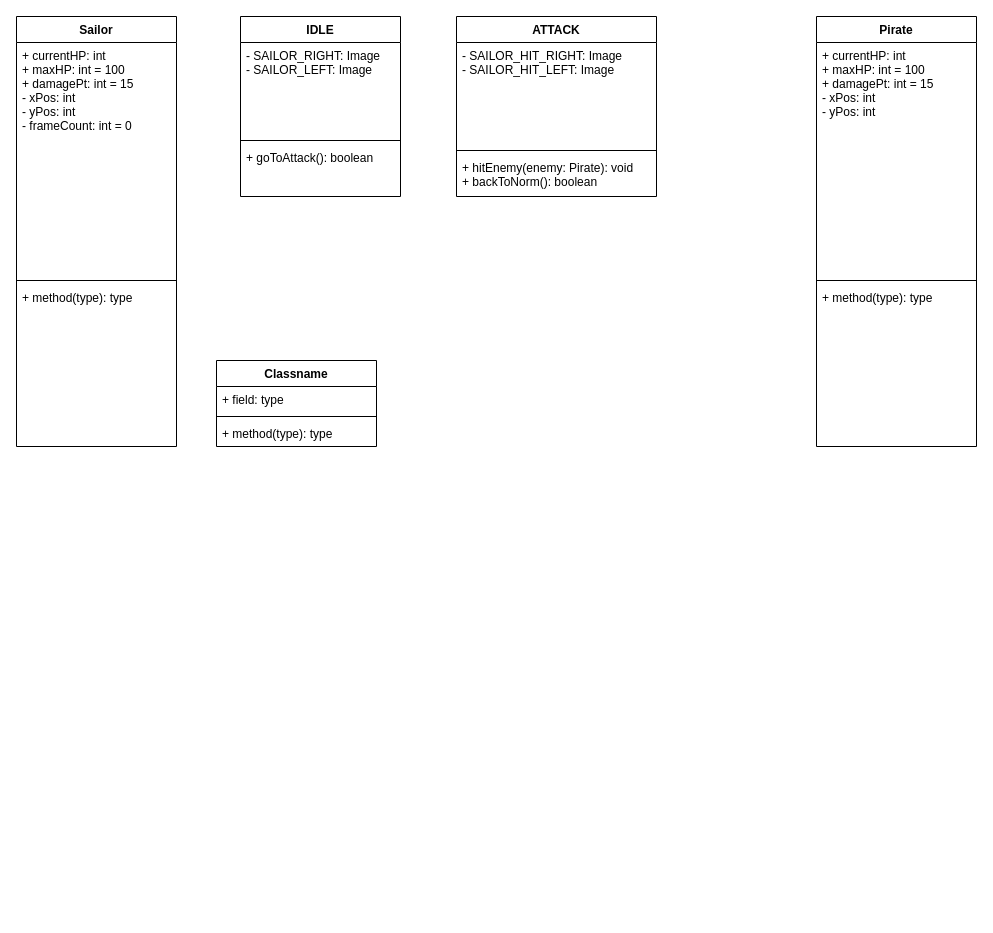
This is Untitled Diagram.drawio from Phikho-caz/Project2, a draw.io file, before an edit. Source tidied: cells renumbered, new cells numbered last; positions are measured from the earlier drawing's top-left corner, leaving out a move shared by most shapes. Both pictures are drawn from the tidied source at 100%, with x=0, y=0 at pixel (16, 16).
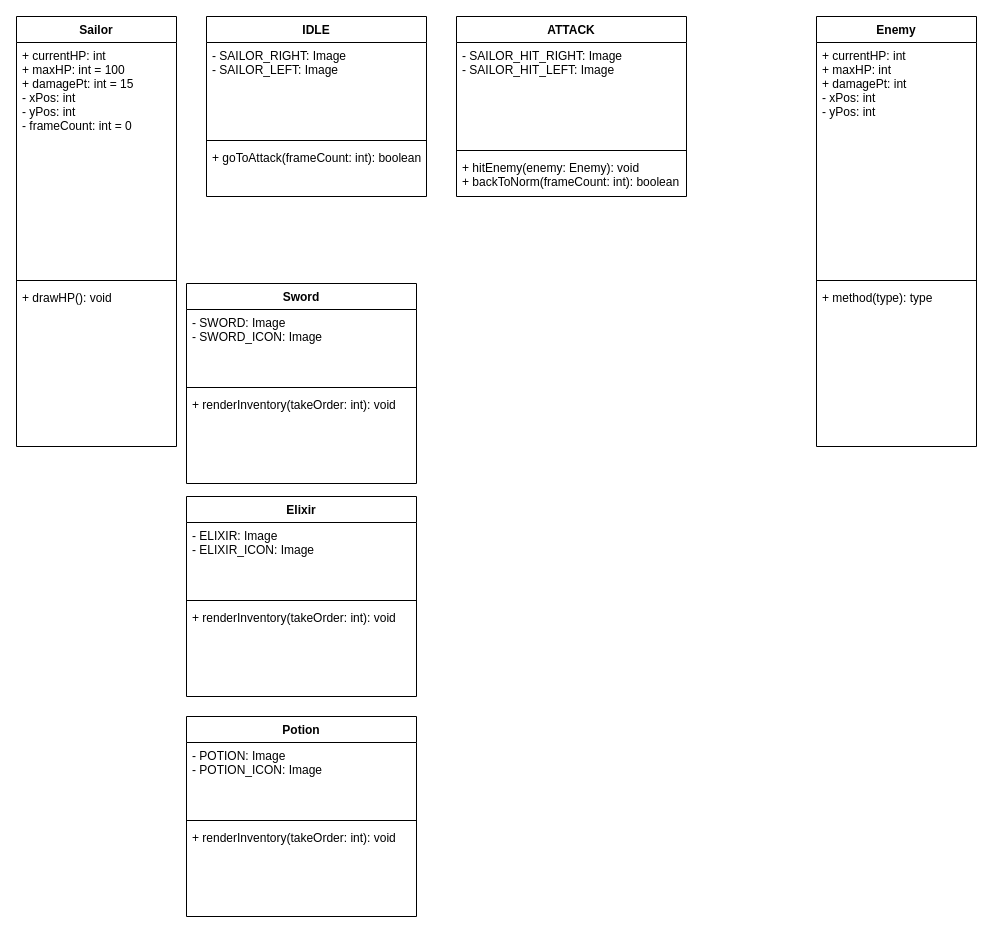
After the change.

Commit message:
Finished Sailor and inventories

The change refers to these unchanged cells:
```xml
<mxCell id="2" value="Sailor&#10;&#10;" style="swimlane;fontStyle=1;align=center;verticalAlign=top;horizontal=1;startSize=26;" parent="1" vertex="1">
  <mxGeometry width="160" height="430" as="geometry" />
</mxCell>
```

Diff of the diagram source:
```diff
@@
-    <mxCell id="5" value="+ method(type): type" style="text;strokeColor=none;fillColor=none;align=left;verticalAlign=top;spacingLeft=4;spacingRight=4;overflow=hidden;" parent="2" vertex="1">
+    <mxCell id="5" value="+ drawHP(): void" style="text;strokeColor=none;fillColor=none;align=left;verticalAlign=top;spacingLeft=4;spacingRight=4;overflow=hidden;" parent="2" vertex="1">
       <mxGeometry y="268" width="160" height="162" as="geometry" />
     </mxCell>
     <mxCell id="6" value="IDLE" style="swimlane;fontStyle=1;align=center;verticalAlign=top;horizontal=1;startSize=26;" parent="1" vertex="1">
-      <mxGeometry x="224" width="160" height="180" as="geometry" />
+      <mxGeometry x="190" width="220" height="180" as="geometry" />
     </mxCell>
     <mxCell id="7" value="- SAILOR_RIGHT: Image&#10;- SAILOR_LEFT: Image&#10;" style="text;strokeColor=none;fillColor=none;align=left;verticalAlign=top;spacingLeft=4;spacingRight=4;overflow=hidden;" parent="6" vertex="1">
-      <mxGeometry y="26" width="160" height="94" as="geometry" />
+      <mxGeometry y="26" width="220" height="94" as="geometry" />
     </mxCell>
     <mxCell id="8" style="line;strokeWidth=1;fillColor=none;align=left;verticalAlign=middle;spacingTop=-1;spacingLeft=3;spacingRight=3;labelPosition=right;" parent="6" vertex="1">
-      <mxGeometry y="120" width="160" height="8" as="geometry" />
+      <mxGeometry y="120" width="220" height="8" as="geometry" />
     </mxCell>
-    <mxCell id="9" value="+ goToAttack(): boolean" style="text;strokeColor=none;fillColor=none;align=left;verticalAlign=top;spacingLeft=4;spacingRight=4;overflow=hidden;" parent="6" vertex="1">
-      <mxGeometry y="128" width="160" height="52" as="geometry" />
+    <mxCell id="9" value="+ goToAttack(frameCount: int): boolean" style="text;strokeColor=none;fillColor=none;align=left;verticalAlign=top;spacingLeft=4;spacingRight=4;overflow=hidden;" parent="6" vertex="1">
+      <mxGeometry y="128" width="220" height="52" as="geometry" />
     </mxCell>
-    <mxCell id="10" value="Classname" style="swimlane;fontStyle=1;align=center;verticalAlign=top;horizontal=1;startSize=26;" parent="1" vertex="1">
-      <mxGeometry x="200" y="344" width="160" height="86" as="geometry" />
+    <mxCell id="10" value="Sword" style="swimlane;fontStyle=1;align=center;verticalAlign=top;horizontal=1;startSize=26;" parent="1" vertex="1">
+      <mxGeometry x="170" y="267" width="230" height="200" as="geometry" />
     </mxCell>
-    <mxCell id="11" value="+ field: type" style="text;strokeColor=none;fillColor=none;align=left;verticalAlign=top;spacingLeft=4;spacingRight=4;overflow=hidden;" parent="10" vertex="1">
-      <mxGeometry y="26" width="160" height="26" as="geometry" />
+    <mxCell id="11" value="- SWORD: Image&#10;- SWORD_ICON: Image" style="text;strokeColor=none;fillColor=none;align=left;verticalAlign=top;spacingLeft=4;spacingRight=4;overflow=hidden;" parent="10" vertex="1">
+      <mxGeometry y="26" width="230" height="74" as="geometry" />
     </mxCell>
     <mxCell id="12" style="line;strokeWidth=1;fillColor=none;align=left;verticalAlign=middle;spacingTop=-1;spacingLeft=3;spacingRight=3;labelPosition=right;" parent="10" vertex="1">
-      <mxGeometry y="52" width="160" height="8" as="geometry" />
+      <mxGeometry y="100" width="230" height="8" as="geometry" />
     </mxCell>
-    <mxCell id="13" value="+ method(type): type" style="text;strokeColor=none;fillColor=none;align=left;verticalAlign=top;spacingLeft=4;spacingRight=4;overflow=hidden;" parent="10" vertex="1">
-      <mxGeometry y="60" width="160" height="26" as="geometry" />
+    <mxCell id="13" value="+ renderInventory(takeOrder: int): void" style="text;strokeColor=none;fillColor=none;align=left;verticalAlign=top;spacingLeft=4;spacingRight=4;overflow=hidden;" parent="10" vertex="1">
+      <mxGeometry y="108" width="230" height="92" as="geometry" />
     </mxCell>
     <mxCell id="14" value="ATTACK" style="swimlane;fontStyle=1;align=center;verticalAlign=top;horizontal=1;startSize=26;" parent="1" vertex="1">
-      <mxGeometry x="440" width="200" height="180" as="geometry" />
+      <mxGeometry x="440" width="230" height="180" as="geometry" />
     </mxCell>
     <mxCell id="15" value="- SAILOR_HIT_RIGHT: Image&#10;- SAILOR_HIT_LEFT: Image&#10;" style="text;strokeColor=none;fillColor=none;align=left;verticalAlign=top;spacingLeft=4;spacingRight=4;overflow=hidden;" parent="14" vertex="1">
-      <mxGeometry y="26" width="200" height="104" as="geometry" />
+      <mxGeometry y="26" width="230" height="104" as="geometry" />
     </mxCell>
     <mxCell id="16" style="line;strokeWidth=1;fillColor=none;align=left;verticalAlign=middle;spacingTop=-1;spacingLeft=3;spacingRight=3;labelPosition=right;" parent="14" vertex="1">
-      <mxGeometry y="130" width="200" height="8" as="geometry" />
+      <mxGeometry y="130" width="230" height="8" as="geometry" />
     </mxCell>
-    <mxCell id="17" value="+ hitEnemy(enemy: Pirate): void&#10;+ backToNorm(): boolean" style="text;strokeColor=none;fillColor=none;align=left;verticalAlign=top;spacingLeft=4;spacingRight=4;overflow=hidden;" parent="14" vertex="1">
-      <mxGeometry y="138" width="200" height="42" as="geometry" />
+    <mxCell id="17" value="+ hitEnemy(enemy: Enemy): void&#10;+ backToNorm(frameCount: int): boolean" style="text;strokeColor=none;fillColor=none;align=left;verticalAlign=top;spacingLeft=4;spacingRight=4;overflow=hidden;" parent="14" vertex="1">
+      <mxGeometry y="138" width="230" height="42" as="geometry" />
     </mxCell>
-    <mxCell id="18" value="Pirate" style="swimlane;fontStyle=1;align=center;verticalAlign=top;horizontal=1;startSize=26;" parent="1" vertex="1">
+    <mxCell id="18" value="Enemy" style="swimlane;fontStyle=1;align=center;verticalAlign=top;horizontal=1;startSize=26;" parent="1" vertex="1">
       <mxGeometry x="800" width="160" height="430" as="geometry" />
     </mxCell>
-    <mxCell id="19" value="+ currentHP: int&#10;+ maxHP: int = 100&#10;+ damagePt: int = 15&#10;- xPos: int&#10;- yPos: int&#10;" style="text;strokeColor=none;fillColor=none;align=left;verticalAlign=top;spacingLeft=4;spacingRight=4;overflow=hidden;" parent="18" vertex="1">
+    <mxCell id="19" value="+ currentHP: int&#10;+ maxHP: int&#10;+ damagePt: int&#10;- xPos: int&#10;- yPos: int&#10;" style="text;strokeColor=none;fillColor=none;align=left;verticalAlign=top;spacingLeft=4;spacingRight=4;overflow=hidden;" parent="18" vertex="1">
       <mxGeometry y="26" width="160" height="234" as="geometry" />
     </mxCell>
@@
+    <mxCell id="22" value="Elixir" style="swimlane;fontStyle=1;align=center;verticalAlign=top;horizontal=1;startSize=26;" parent="1" vertex="1">
+      <mxGeometry x="170" y="480" width="230" height="200" as="geometry" />
+    </mxCell>
+    <mxCell id="23" value="- ELIXIR: Image&#10;- ELIXIR_ICON: Image" style="text;strokeColor=none;fillColor=none;align=left;verticalAlign=top;spacingLeft=4;spacingRight=4;overflow=hidden;" parent="22" vertex="1">
+      <mxGeometry y="26" width="230" height="74" as="geometry" />
+    </mxCell>
+    <mxCell id="24" style="line;strokeWidth=1;fillColor=none;align=left;verticalAlign=middle;spacingTop=-1;spacingLeft=3;spacingRight=3;labelPosition=right;" parent="22" vertex="1">
+      <mxGeometry y="100" width="230" height="8" as="geometry" />
+    </mxCell>
+    <mxCell id="25" value="+ renderInventory(takeOrder: int): void" style="text;strokeColor=none;fillColor=none;align=left;verticalAlign=top;spacingLeft=4;spacingRight=4;overflow=hidden;" parent="22" vertex="1">
+      <mxGeometry y="108" width="230" height="92" as="geometry" />
+    </mxCell>
+    <mxCell id="26" value="Potion" style="swimlane;fontStyle=1;align=center;verticalAlign=top;horizontal=1;startSize=26;" parent="1" vertex="1">
+      <mxGeometry x="170" y="700" width="230" height="200" as="geometry" />
+    </mxCell>
+    <mxCell id="27" value="- POTION: Image&#10;- POTION_ICON: Image" style="text;strokeColor=none;fillColor=none;align=left;verticalAlign=top;spacingLeft=4;spacingRight=4;overflow=hidden;" parent="26" vertex="1">
+      <mxGeometry y="26" width="230" height="74" as="geometry" />
+    </mxCell>
+    <mxCell id="28" style="line;strokeWidth=1;fillColor=none;align=left;verticalAlign=middle;spacingTop=-1;spacingLeft=3;spacingRight=3;labelPosition=right;" parent="26" vertex="1">
+      <mxGeometry y="100" width="230" height="8" as="geometry" />
+    </mxCell>
+    <mxCell id="29" value="+ renderInventory(takeOrder: int): void" style="text;strokeColor=none;fillColor=none;align=left;verticalAlign=top;spacingLeft=4;spacingRight=4;overflow=hidden;" parent="26" vertex="1">
+      <mxGeometry y="108" width="230" height="92" as="geometry" />
+    </mxCell>
```
